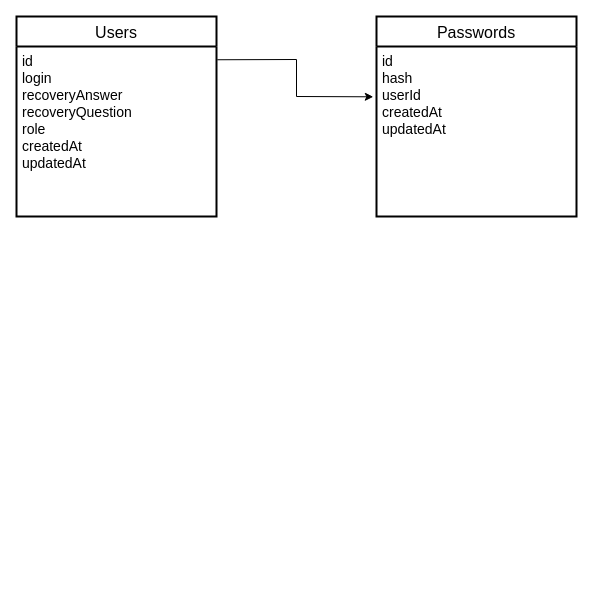
Earlier version of the draw.io diagram relay.drawio (relay-project/relay-backend). Source tidied: cells renumbered, new cells numbered last; positions are measured from the earlier drawing's top-left corner, leaving out a move shared by most shapes. Both pictures are drawn from the tidied source at 100%, with x=0, y=0 at pixel (16, 16).
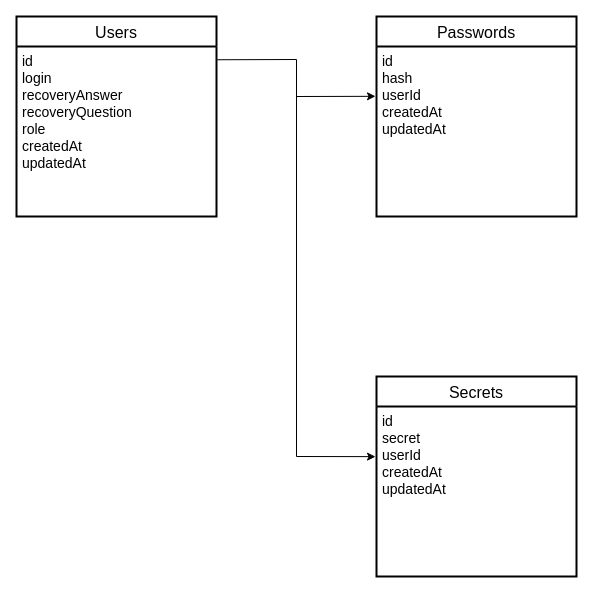
After the change.

Commit message (it also covers changes not shown here):
Add Secrets model

The edit, as a diff of the source:
```diff
@@
 <mxGraphModel>
   <root>
     <mxCell id="0" />
     <mxCell id="1" parent="0" />
     <mxCell id="2" value="Users" style="swimlane;horizontal=1;startSize=30;rounded=1;fontSize=16;fontStyle=0;strokeWidth=2;shadow=0;dashed=0;align=center;arcSize=0;" parent="1" vertex="1">
       <mxGeometry width="200" height="200" as="geometry" />
     </mxCell>
     <mxCell id="3" value="id&#10;login&#10;recoveryAnswer&#10;recoveryQuestion&#10;role&#10;createdAt&#10;updatedAt" style="align=left;strokeColor=none;fillColor=none;spacingLeft=4;fontSize=14;verticalAlign=top;" parent="2" vertex="1">
       <mxGeometry y="30" width="200" height="170" as="geometry" />
     </mxCell>
     <mxCell id="4" value="Passwords" style="swimlane;horizontal=1;startSize=30;rounded=1;fontSize=16;fontStyle=0;strokeWidth=2;shadow=0;dashed=0;align=center;arcSize=0;" parent="1" vertex="1">
       <mxGeometry x="360" width="200" height="200" as="geometry" />
     </mxCell>
     <mxCell id="5" value="id&#10;hash&#10;userId&#10;createdAt&#10;updatedAt" style="align=left;strokeColor=none;fillColor=none;spacingLeft=4;fontSize=14;verticalAlign=top;" parent="4" vertex="1">
       <mxGeometry y="30" width="200" height="170" as="geometry" />
     </mxCell>
-    <mxCell id="6" style="endArrow=classic;html=1;rounded=0;fontSize=14;exitX=1.004;exitY=0.078;exitDx=0;exitDy=0;exitPerimeter=0;entryX=-0.016;entryY=0.296;entryDx=0;entryDy=0;entryPerimeter=0;" parent="1" edge="1" source="3" target="5">
+    <mxCell id="6" style="endArrow=classic;html=1;rounded=0;fontSize=14;exitX=1.004;exitY=0.078;exitDx=0;exitDy=0;exitPerimeter=0;entryX=-0.005;entryY=0.293;entryDx=0;entryDy=0;entryPerimeter=0;" parent="1" edge="1" source="3" target="5">
       <mxGeometry relative="1" as="geometry">
         <Array as="points">
           <mxPoint x="280" y="43" />
           <mxPoint x="280" y="80" />
         </Array>
       </mxGeometry>
     </mxCell>
+    <mxCell id="7" value="Secrets" style="swimlane;horizontal=1;startSize=30;rounded=1;fontSize=16;fontStyle=0;strokeWidth=2;shadow=0;dashed=0;align=center;arcSize=0;" parent="1" vertex="1">
+      <mxGeometry x="360" y="360" width="200" height="200" as="geometry" />
+    </mxCell>
+    <mxCell id="8" value="id&#10;secret&#10;userId&#10;createdAt&#10;updatedAt" style="align=left;strokeColor=none;fillColor=none;spacingLeft=4;fontSize=14;verticalAlign=top;" parent="7" vertex="1">
+      <mxGeometry y="30" width="200" height="170" as="geometry" />
+    </mxCell>
+    <mxCell id="9" style="endArrow=classic;html=1;rounded=0;entryX=-0.005;entryY=0.295;entryDx=0;entryDy=0;entryPerimeter=0;" parent="1" edge="1" target="8">
+      <mxGeometry relative="1" as="geometry">
+        <mxPoint x="280" y="70" as="sourcePoint" />
+        <Array as="points">
+          <mxPoint x="280" y="440" />
+        </Array>
+      </mxGeometry>
+    </mxCell>
   </root>
 </mxGraphModel>
```
